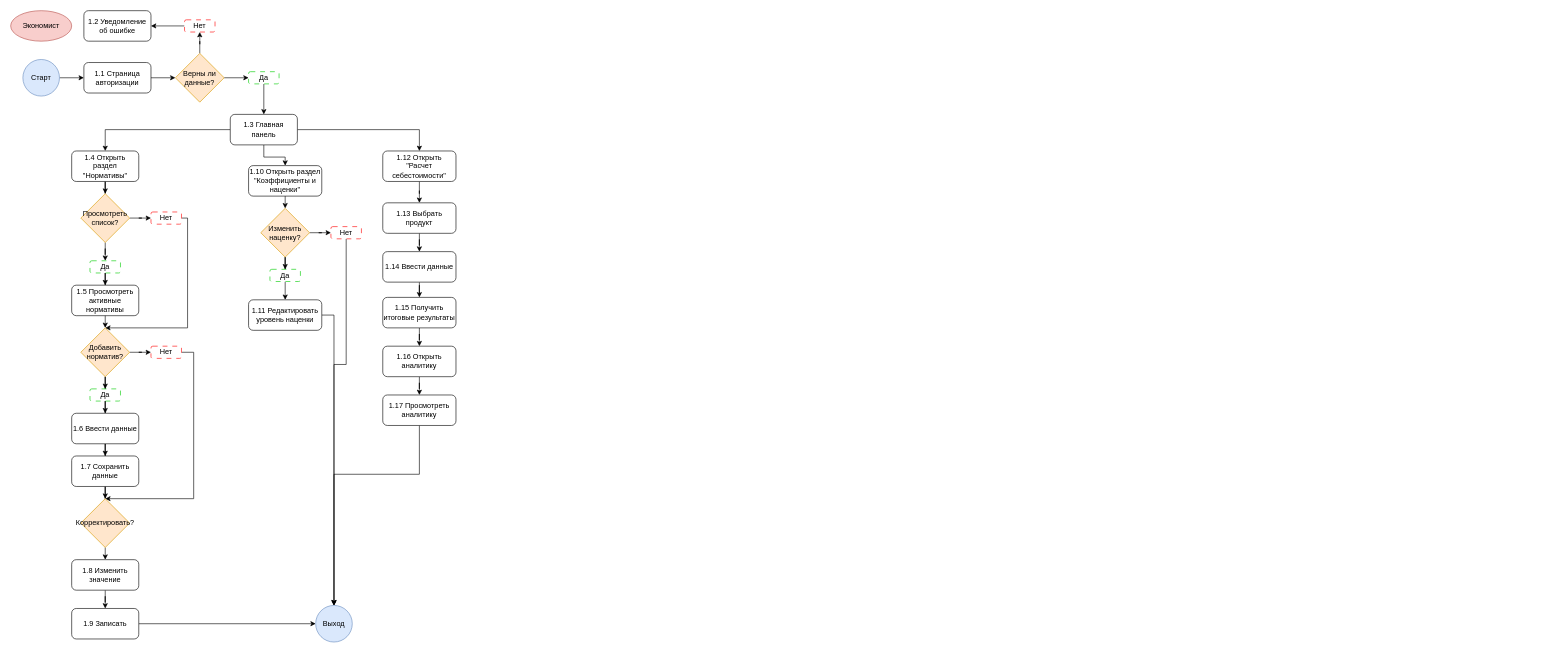
The draw.io diagram Диаграмма без названия.drawio in Ksenchez/pricing-analyzer, before the edit. Source tidied: cells renumbered, new cells numbered last; positions are measured from the earlier drawing's top-left corner, leaving out a move shared by most shapes. Both pictures are drawn from the tidied source at 61%, with x=0, y=0 at pixel (10, 10).
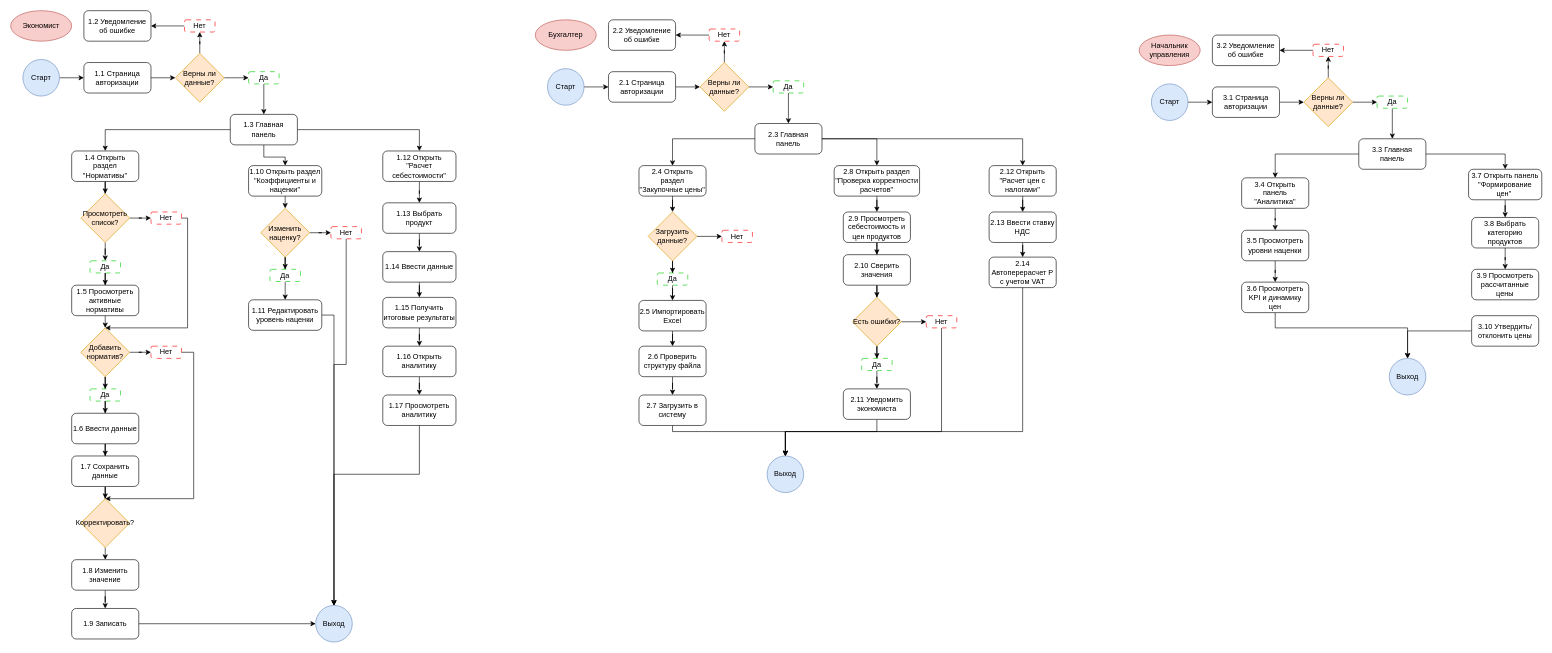
Above is the later version.

Change to the diagram source:
```diff
@@
+    <mxCell id="71" value="Бухгалтер" style="ellipse;whiteSpace=wrap;html=1;fillColor=#f8cecc;strokeColor=#b85450;" parent="1" vertex="1">
+      <mxGeometry x="860" y="15" width="100" height="50" as="geometry" />
+    </mxCell>
+    <mxCell id="72" style="edgeStyle=orthogonalEdgeStyle;rounded=0;jettySize=auto;html=1;" parent="1" edge="1" source="73" target="75">
+      <mxGeometry relative="1" as="geometry" />
+    </mxCell>
+    <mxCell id="73" value="Старт" style="ellipse;whiteSpace=wrap;html=1;fillColor=#dae8fc;strokeColor=#6c8ebf;" parent="1" vertex="1">
+      <mxGeometry x="880" y="95" width="60" height="60" as="geometry" />
+    </mxCell>
+    <mxCell id="74" style="edgeStyle=orthogonalEdgeStyle;rounded=0;jettySize=auto;html=1;" parent="1" edge="1" source="75" target="78">
+      <mxGeometry relative="1" as="geometry" />
+    </mxCell>
+    <mxCell id="75" value="2.1 Страница авторизации" style="rounded=1;whiteSpace=wrap;html=1;" parent="1" vertex="1">
+      <mxGeometry x="980" y="100" width="110" height="50" as="geometry" />
+    </mxCell>
+    <mxCell id="76" style="edgeStyle=orthogonalEdgeStyle;rounded=0;jettySize=auto;html=1;entryX=0.5;entryY=1;entryDx=0;entryDy=0;" parent="1" edge="1" source="78" target="80">
+      <mxGeometry relative="1" as="geometry" />
+    </mxCell>
+    <mxCell id="77" style="edgeStyle=orthogonalEdgeStyle;rounded=0;jettySize=auto;html=1;entryX=0;entryY=0.5;entryDx=0;entryDy=0;" parent="1" edge="1" source="78" target="83">
+      <mxGeometry relative="1" as="geometry" />
+    </mxCell>
+    <mxCell id="78" value="Верны ли данные?" style="rhombus;whiteSpace=wrap;html=1;fillColor=#ffe6cc;strokeColor=#d79b00;" parent="1" vertex="1">
+      <mxGeometry x="1130" y="85" width="80" height="80" as="geometry" />
+    </mxCell>
+    <mxCell id="79" style="edgeStyle=orthogonalEdgeStyle;rounded=0;jettySize=auto;html=1;entryX=1;entryY=0.5;entryDx=0;entryDy=0;" parent="1" edge="1" source="80" target="81">
+      <mxGeometry relative="1" as="geometry" />
+    </mxCell>
+    <mxCell id="80" value="Нет" style="rounded=1;whiteSpace=wrap;html=1;strokeColor=light-dark(#ff0000, #ededed);dashed=1;dashPattern=8 8;" parent="1" vertex="1">
+      <mxGeometry x="1145" y="30" width="50" height="20" as="geometry" />
+    </mxCell>
+    <mxCell id="81" value="2.2 Уведомление об ошибке" style="rounded=1;whiteSpace=wrap;html=1;" parent="1" vertex="1">
+      <mxGeometry x="980" y="15" width="110" height="50" as="geometry" />
+    </mxCell>
+    <mxCell id="82" style="edgeStyle=orthogonalEdgeStyle;rounded=0;jettySize=auto;html=1;entryX=0.5;entryY=0;entryDx=0;entryDy=0;" parent="1" edge="1" source="83" target="87">
+      <mxGeometry relative="1" as="geometry" />
+    </mxCell>
+    <mxCell id="83" value="Да" style="rounded=1;whiteSpace=wrap;html=1;strokeColor=light-dark(#00CC00,#EDEDED);dashed=1;dashPattern=8 8;" parent="1" vertex="1">
+      <mxGeometry x="1250" y="115" width="50" height="20" as="geometry" />
+    </mxCell>
+    <mxCell id="84" style="edgeStyle=orthogonalEdgeStyle;rounded=0;jettySize=auto;html=1;entryX=0.5;entryY=0;entryDx=0;entryDy=0;" parent="1" edge="1" source="87" target="89">
+      <mxGeometry relative="1" as="geometry" />
+    </mxCell>
+    <mxCell id="85" style="edgeStyle=orthogonalEdgeStyle;rounded=0;jettySize=auto;html=1;entryX=0.5;entryY=0;entryDx=0;entryDy=0;" parent="1" edge="1" source="87" target="104">
+      <mxGeometry relative="1" as="geometry" />
+    </mxCell>
+    <mxCell id="86" style="edgeStyle=orthogonalEdgeStyle;rounded=0;jettySize=auto;html=1;" parent="1" edge="1" source="87" target="119">
+      <mxGeometry relative="1" as="geometry" />
+    </mxCell>
+    <mxCell id="87" value="2.3 Главная панель" style="rounded=1;whiteSpace=wrap;html=1;" parent="1" vertex="1">
+      <mxGeometry x="1220" y="185" width="110" height="50" as="geometry" />
+    </mxCell>
+    <mxCell id="88" style="edgeStyle=orthogonalEdgeStyle;rounded=0;jettySize=auto;html=1;entryX=0.5;entryY=0;entryDx=0;entryDy=0;" parent="1" edge="1" source="89" target="92">
+      <mxGeometry relative="1" as="geometry" />
+    </mxCell>
+    <mxCell id="89" value="2.4 Открыть раздел &quot;Закупочные цены&quot;" style="rounded=1;whiteSpace=wrap;html=1;" parent="1" vertex="1">
+      <mxGeometry x="1030" y="254" width="110" height="50" as="geometry" />
+    </mxCell>
+    <mxCell id="90" style="edgeStyle=orthogonalEdgeStyle;rounded=0;jettySize=auto;html=1;entryX=0.5;entryY=0;entryDx=0;entryDy=0;" parent="1" edge="1" source="92" target="94">
+      <mxGeometry relative="1" as="geometry" />
+    </mxCell>
+    <mxCell id="91" style="edgeStyle=orthogonalEdgeStyle;rounded=0;jettySize=auto;html=1;entryX=0;entryY=0.5;entryDx=0;entryDy=0;" parent="1" edge="1" source="92" target="97">
+      <mxGeometry relative="1" as="geometry" />
+    </mxCell>
+    <mxCell id="92" value="Загрузить данные?" style="rhombus;whiteSpace=wrap;html=1;fillColor=#ffe6cc;strokeColor=#d79b00;" parent="1" vertex="1">
+      <mxGeometry x="1045" y="330" width="80" height="80" as="geometry" />
+    </mxCell>
+    <mxCell id="93" style="edgeStyle=orthogonalEdgeStyle;rounded=0;jettySize=auto;html=1;entryX=0.5;entryY=0;entryDx=0;entryDy=0;" parent="1" edge="1" source="94" target="96">
+      <mxGeometry relative="1" as="geometry" />
+    </mxCell>
+    <mxCell id="94" value="Да" style="rounded=1;whiteSpace=wrap;html=1;strokeColor=light-dark(#00CC00,#EDEDED);dashed=1;dashPattern=8 8;" parent="1" vertex="1">
+      <mxGeometry x="1060" y="430" width="50" height="20" as="geometry" />
+    </mxCell>
+    <mxCell id="95" style="edgeStyle=orthogonalEdgeStyle;rounded=0;jettySize=auto;html=1;" parent="1" edge="1" source="96" target="99">
+      <mxGeometry relative="1" as="geometry" />
+    </mxCell>
+    <mxCell id="96" value="2.5 Импортировать Excel" style="rounded=1;whiteSpace=wrap;html=1;" parent="1" vertex="1">
+      <mxGeometry x="1030" y="475" width="110" height="50" as="geometry" />
+    </mxCell>
+    <mxCell id="97" value="Нет" style="rounded=1;whiteSpace=wrap;html=1;strokeColor=light-dark(#ff0000, #ededed);dashed=1;dashPattern=8 8;" parent="1" vertex="1">
+      <mxGeometry x="1166" y="360" width="50" height="20" as="geometry" />
+    </mxCell>
+    <mxCell id="98" style="edgeStyle=orthogonalEdgeStyle;rounded=0;jettySize=auto;html=1;entryX=0.5;entryY=0;entryDx=0;entryDy=0;" parent="1" edge="1" source="99" target="101">
+      <mxGeometry relative="1" as="geometry" />
+    </mxCell>
+    <mxCell id="99" value="2.6 Проверить структуру файла" style="rounded=1;whiteSpace=wrap;html=1;" parent="1" vertex="1">
+      <mxGeometry x="1030" y="550" width="110" height="50" as="geometry" />
+    </mxCell>
+    <mxCell id="100" style="edgeStyle=orthogonalEdgeStyle;rounded=0;jettySize=auto;html=1;entryX=0.5;entryY=0;entryDx=0;entryDy=0;" parent="1" edge="1" source="101" target="102">
+      <mxGeometry relative="1" as="geometry">
+        <Array as="points">
+          <mxPoint x="1085" y="690" />
+          <mxPoint x="1270" y="690" />
+        </Array>
+      </mxGeometry>
+    </mxCell>
+    <mxCell id="101" value="2.7 Загрузить в систему" style="rounded=1;whiteSpace=wrap;html=1;" parent="1" vertex="1">
+      <mxGeometry x="1030" y="630" width="110" height="50" as="geometry" />
+    </mxCell>
+    <mxCell id="102" value="Выход" style="ellipse;whiteSpace=wrap;html=1;fillColor=#dae8fc;strokeColor=#6c8ebf;" parent="1" vertex="1">
+      <mxGeometry x="1240" y="730" width="60" height="60" as="geometry" />
+    </mxCell>
+    <mxCell id="103" style="edgeStyle=orthogonalEdgeStyle;rounded=0;jettySize=auto;html=1;entryX=0.5;entryY=0;entryDx=0;entryDy=0;" parent="1" edge="1" source="104" target="106">
+      <mxGeometry relative="1" as="geometry" />
+    </mxCell>
+    <mxCell id="104" value="2.8 Открыть раздел &quot;Проверка корректности расчетов&quot;" style="rounded=1;whiteSpace=wrap;html=1;" parent="1" vertex="1">
+      <mxGeometry x="1350" y="254" width="140" height="50" as="geometry" />
+    </mxCell>
+    <mxCell id="105" style="edgeStyle=orthogonalEdgeStyle;rounded=0;jettySize=auto;html=1;entryX=0.5;entryY=0;entryDx=0;entryDy=0;" parent="1" edge="1" source="106" target="108">
+      <mxGeometry relative="1" as="geometry" />
+    </mxCell>
+    <mxCell id="106" value="2.9 Просмотреть себестоимость и цен продуктов" style="rounded=1;whiteSpace=wrap;html=1;" parent="1" vertex="1">
+      <mxGeometry x="1365" y="330" width="110" height="50" as="geometry" />
+    </mxCell>
+    <mxCell id="107" style="edgeStyle=orthogonalEdgeStyle;rounded=0;jettySize=auto;html=1;entryX=0.5;entryY=0;entryDx=0;entryDy=0;" parent="1" edge="1" source="108" target="111">
+      <mxGeometry relative="1" as="geometry" />
+    </mxCell>
+    <mxCell id="108" value="2.10 Сверить значения" style="rounded=1;whiteSpace=wrap;html=1;" parent="1" vertex="1">
+      <mxGeometry x="1365" y="400" width="110" height="50" as="geometry" />
+    </mxCell>
+    <mxCell id="109" style="edgeStyle=orthogonalEdgeStyle;rounded=0;jettySize=auto;html=1;entryX=0.5;entryY=0;entryDx=0;entryDy=0;" parent="1" edge="1" source="111" target="113">
+      <mxGeometry relative="1" as="geometry" />
+    </mxCell>
+    <mxCell id="110" style="edgeStyle=orthogonalEdgeStyle;rounded=0;jettySize=auto;html=1;entryX=0;entryY=0.5;entryDx=0;entryDy=0;" parent="1" edge="1" source="111" target="115">
+      <mxGeometry relative="1" as="geometry" />
+    </mxCell>
+    <mxCell id="111" value="Есть ошибки?" style="rhombus;whiteSpace=wrap;html=1;fillColor=#ffe6cc;strokeColor=#d79b00;" parent="1" vertex="1">
+      <mxGeometry x="1380" y="470" width="80" height="80" as="geometry" />
+    </mxCell>
+    <mxCell id="112" style="edgeStyle=orthogonalEdgeStyle;rounded=0;jettySize=auto;html=1;entryX=0.5;entryY=0;entryDx=0;entryDy=0;" parent="1" edge="1" source="113" target="117">
+      <mxGeometry relative="1" as="geometry" />
+    </mxCell>
+    <mxCell id="113" value="Да" style="rounded=1;whiteSpace=wrap;html=1;strokeColor=light-dark(#00CC00,#EDEDED);dashed=1;dashPattern=8 8;" parent="1" vertex="1">
+      <mxGeometry x="1395" y="570" width="50" height="20" as="geometry" />
+    </mxCell>
+    <mxCell id="114" style="edgeStyle=orthogonalEdgeStyle;rounded=0;jettySize=auto;html=1;" parent="1" edge="1" source="115" target="102">
+      <mxGeometry relative="1" as="geometry">
+        <Array as="points">
+          <mxPoint x="1526" y="690" />
+          <mxPoint x="1270" y="690" />
+        </Array>
+      </mxGeometry>
+    </mxCell>
+    <mxCell id="115" value="Нет" style="rounded=1;whiteSpace=wrap;html=1;strokeColor=light-dark(#ff0000, #ededed);dashed=1;dashPattern=8 8;" parent="1" vertex="1">
+      <mxGeometry x="1501" y="500" width="50" height="20" as="geometry" />
+    </mxCell>
+    <mxCell id="116" style="edgeStyle=orthogonalEdgeStyle;rounded=0;jettySize=auto;html=1;entryX=0.5;entryY=0;entryDx=0;entryDy=0;" parent="1" edge="1" source="117" target="102">
+      <mxGeometry relative="1" as="geometry">
+        <Array as="points">
+          <mxPoint x="1420" y="690" />
+          <mxPoint x="1270" y="690" />
+        </Array>
+      </mxGeometry>
+    </mxCell>
+    <mxCell id="117" value="2.11 Уведомить экономиста" style="rounded=1;whiteSpace=wrap;html=1;" parent="1" vertex="1">
+      <mxGeometry x="1365" y="620" width="110" height="50" as="geometry" />
+    </mxCell>
+    <mxCell id="118" style="edgeStyle=orthogonalEdgeStyle;rounded=0;jettySize=auto;html=1;entryX=0.5;entryY=0;entryDx=0;entryDy=0;" parent="1" edge="1" source="119" target="121">
+      <mxGeometry relative="1" as="geometry" />
+    </mxCell>
+    <mxCell id="119" value="2.12 Открыть &quot;Расчет цен с налогами&quot;" style="rounded=1;whiteSpace=wrap;html=1;" parent="1" vertex="1">
+      <mxGeometry x="1604" y="254" width="110" height="50" as="geometry" />
+    </mxCell>
+    <mxCell id="120" style="edgeStyle=orthogonalEdgeStyle;rounded=0;jettySize=auto;html=1;entryX=0.5;entryY=0;entryDx=0;entryDy=0;" parent="1" edge="1" source="121" target="123">
+      <mxGeometry relative="1" as="geometry" />
+    </mxCell>
+    <mxCell id="121" value="2.13 Ввести ставку НДС" style="rounded=1;whiteSpace=wrap;html=1;" parent="1" vertex="1">
+      <mxGeometry x="1604" y="330" width="110" height="50" as="geometry" />
+    </mxCell>
+    <mxCell id="122" style="edgeStyle=orthogonalEdgeStyle;rounded=0;jettySize=auto;html=1;entryX=0.5;entryY=0;entryDx=0;entryDy=0;" parent="1" edge="1" source="123" target="102">
+      <mxGeometry relative="1" as="geometry">
+        <Array as="points">
+          <mxPoint x="1659" y="690" />
+          <mxPoint x="1270" y="690" />
+        </Array>
+      </mxGeometry>
+    </mxCell>
+    <mxCell id="123" value="2.14 Автоперерасчет P с учетом VAT" style="rounded=1;whiteSpace=wrap;html=1;" parent="1" vertex="1">
+      <mxGeometry x="1604" y="404" width="110" height="50" as="geometry" />
+    </mxCell>
+    <mxCell id="124" value="Начальник управления" style="ellipse;whiteSpace=wrap;html=1;fillColor=#f8cecc;strokeColor=#b85450;" parent="1" vertex="1">
+      <mxGeometry x="1850" y="40" width="100" height="50" as="geometry" />
+    </mxCell>
+    <mxCell id="125" style="edgeStyle=orthogonalEdgeStyle;rounded=0;jettySize=auto;html=1;" parent="1" edge="1" source="126" target="128">
+      <mxGeometry relative="1" as="geometry" />
+    </mxCell>
+    <mxCell id="126" value="Старт" style="ellipse;whiteSpace=wrap;html=1;fillColor=#dae8fc;strokeColor=#6c8ebf;" parent="1" vertex="1">
+      <mxGeometry x="1870" y="120" width="60" height="60" as="geometry" />
+    </mxCell>
+    <mxCell id="127" style="edgeStyle=orthogonalEdgeStyle;rounded=0;jettySize=auto;html=1;" parent="1" edge="1" source="128" target="131">
+      <mxGeometry relative="1" as="geometry" />
+    </mxCell>
+    <mxCell id="128" value="3.1 Страница авторизации" style="rounded=1;whiteSpace=wrap;html=1;" parent="1" vertex="1">
+      <mxGeometry x="1970" y="125" width="110" height="50" as="geometry" />
+    </mxCell>
+    <mxCell id="129" style="edgeStyle=orthogonalEdgeStyle;rounded=0;jettySize=auto;html=1;entryX=0.5;entryY=1;entryDx=0;entryDy=0;" parent="1" edge="1" source="131" target="133">
+      <mxGeometry relative="1" as="geometry" />
+    </mxCell>
+    <mxCell id="130" style="edgeStyle=orthogonalEdgeStyle;rounded=0;jettySize=auto;html=1;entryX=0;entryY=0.5;entryDx=0;entryDy=0;" parent="1" edge="1" source="131" target="136">
+      <mxGeometry relative="1" as="geometry" />
+    </mxCell>
+    <mxCell id="131" value="Верны ли данные?" style="rhombus;whiteSpace=wrap;html=1;fillColor=#ffe6cc;strokeColor=#d79b00;" parent="1" vertex="1">
+      <mxGeometry x="2120" y="110" width="80" height="80" as="geometry" />
+    </mxCell>
+    <mxCell id="132" style="edgeStyle=orthogonalEdgeStyle;rounded=0;jettySize=auto;html=1;entryX=1;entryY=0.5;entryDx=0;entryDy=0;" parent="1" edge="1" source="133" target="134">
+      <mxGeometry relative="1" as="geometry" />
+    </mxCell>
+    <mxCell id="133" value="Нет" style="rounded=1;whiteSpace=wrap;html=1;strokeColor=light-dark(#ff0000, #ededed);dashed=1;dashPattern=8 8;" parent="1" vertex="1">
+      <mxGeometry x="2135" y="55" width="50" height="20" as="geometry" />
+    </mxCell>
+    <mxCell id="134" value="3.2 Уведомление об ошибке" style="rounded=1;whiteSpace=wrap;html=1;" parent="1" vertex="1">
+      <mxGeometry x="1970" y="40" width="110" height="50" as="geometry" />
+    </mxCell>
+    <mxCell id="135" style="edgeStyle=orthogonalEdgeStyle;rounded=0;jettySize=auto;html=1;entryX=0.5;entryY=0;entryDx=0;entryDy=0;" parent="1" edge="1" source="136" target="139">
+      <mxGeometry relative="1" as="geometry" />
+    </mxCell>
+    <mxCell id="136" value="Да" style="rounded=1;whiteSpace=wrap;html=1;strokeColor=light-dark(#00CC00,#EDEDED);dashed=1;dashPattern=8 8;" parent="1" vertex="1">
+      <mxGeometry x="2240" y="140" width="50" height="20" as="geometry" />
+    </mxCell>
+    <mxCell id="137" style="edgeStyle=orthogonalEdgeStyle;rounded=0;jettySize=auto;html=1;entryX=0.5;entryY=0;entryDx=0;entryDy=0;" parent="1" edge="1" source="139" target="141">
+      <mxGeometry relative="1" as="geometry" />
+    </mxCell>
+    <mxCell id="138" style="edgeStyle=orthogonalEdgeStyle;rounded=0;jettySize=auto;html=1;entryX=0.5;entryY=0;entryDx=0;entryDy=0;" parent="1" edge="1" source="139" target="147">
+      <mxGeometry relative="1" as="geometry" />
+    </mxCell>
+    <mxCell id="139" value="3.3 Главная панель" style="rounded=1;whiteSpace=wrap;html=1;" parent="1" vertex="1">
+      <mxGeometry x="2210" y="210" width="110" height="50" as="geometry" />
+    </mxCell>
+    <mxCell id="140" style="edgeStyle=orthogonalEdgeStyle;rounded=0;jettySize=auto;html=1;entryX=0.5;entryY=0;entryDx=0;entryDy=0;" parent="1" edge="1" source="141" target="143">
+      <mxGeometry relative="1" as="geometry" />
+    </mxCell>
+    <mxCell id="141" value="3.4 Открыть панель &quot;Аналитика&quot;" style="rounded=1;whiteSpace=wrap;html=1;" parent="1" vertex="1">
+      <mxGeometry x="2018" y="274" width="110" height="50" as="geometry" />
+    </mxCell>
+    <mxCell id="142" style="edgeStyle=orthogonalEdgeStyle;rounded=0;jettySize=auto;html=1;entryX=0.5;entryY=0;entryDx=0;entryDy=0;" parent="1" edge="1" source="143" target="145">
+      <mxGeometry relative="1" as="geometry" />
+    </mxCell>
+    <mxCell id="143" value="3.5 Просмотреть уровни наценки" style="rounded=1;whiteSpace=wrap;html=1;" parent="1" vertex="1">
+      <mxGeometry x="2018" y="360" width="110" height="50" as="geometry" />
+    </mxCell>
+    <mxCell id="144" style="edgeStyle=orthogonalEdgeStyle;rounded=0;jettySize=auto;html=1;entryX=0.5;entryY=0;entryDx=0;entryDy=0;" parent="1" edge="1" source="145" target="153">
+      <mxGeometry relative="1" as="geometry">
+        <Array as="points">
+          <mxPoint x="2073" y="520" />
+          <mxPoint x="2290" y="520" />
+        </Array>
+      </mxGeometry>
+    </mxCell>
+    <mxCell id="145" value="3.6 Просмотреть KPI и динамику цен" style="rounded=1;whiteSpace=wrap;html=1;" parent="1" vertex="1">
+      <mxGeometry x="2018" y="445" width="110" height="50" as="geometry" />
+    </mxCell>
+    <mxCell id="146" style="edgeStyle=orthogonalEdgeStyle;rounded=0;jettySize=auto;html=1;" parent="1" edge="1" source="147" target="149">
+      <mxGeometry relative="1" as="geometry" />
+    </mxCell>
+    <mxCell id="147" value="3.7 Открыть панель &quot;Формирование цен&quot;&amp;nbsp;" style="rounded=1;whiteSpace=wrap;html=1;" parent="1" vertex="1">
+      <mxGeometry x="2390" y="260" width="120" height="50" as="geometry" />
+    </mxCell>
+    <mxCell id="148" style="edgeStyle=orthogonalEdgeStyle;rounded=0;jettySize=auto;html=1;entryX=0.5;entryY=0;entryDx=0;entryDy=0;" parent="1" edge="1" source="149" target="150">
+      <mxGeometry relative="1" as="geometry" />
+    </mxCell>
+    <mxCell id="149" value="3.8 Выбрать категорию продуктов" style="rounded=1;whiteSpace=wrap;html=1;" parent="1" vertex="1">
+      <mxGeometry x="2395" y="339" width="110" height="50" as="geometry" />
+    </mxCell>
+    <mxCell id="150" value="3.9 Просмотреть рассчитанные цены" style="rounded=1;whiteSpace=wrap;html=1;" parent="1" vertex="1">
+      <mxGeometry x="2395" y="424" width="110" height="50" as="geometry" />
+    </mxCell>
+    <mxCell id="151" style="edgeStyle=orthogonalEdgeStyle;rounded=0;jettySize=auto;html=1;entryX=0.5;entryY=0;entryDx=0;entryDy=0;" parent="1" edge="1" source="152" target="153">
+      <mxGeometry relative="1" as="geometry" />
+    </mxCell>
+    <mxCell id="152" value="3.10 Утвердить/отклонить цены" style="rounded=1;whiteSpace=wrap;html=1;" parent="1" vertex="1">
+      <mxGeometry x="2395" y="500" width="110" height="50" as="geometry" />
+    </mxCell>
+    <mxCell id="153" value="Выход" style="ellipse;whiteSpace=wrap;html=1;fillColor=#dae8fc;strokeColor=#6c8ebf;" parent="1" vertex="1">
+      <mxGeometry x="2260" y="570" width="60" height="60" as="geometry" />
+    </mxCell>
```
